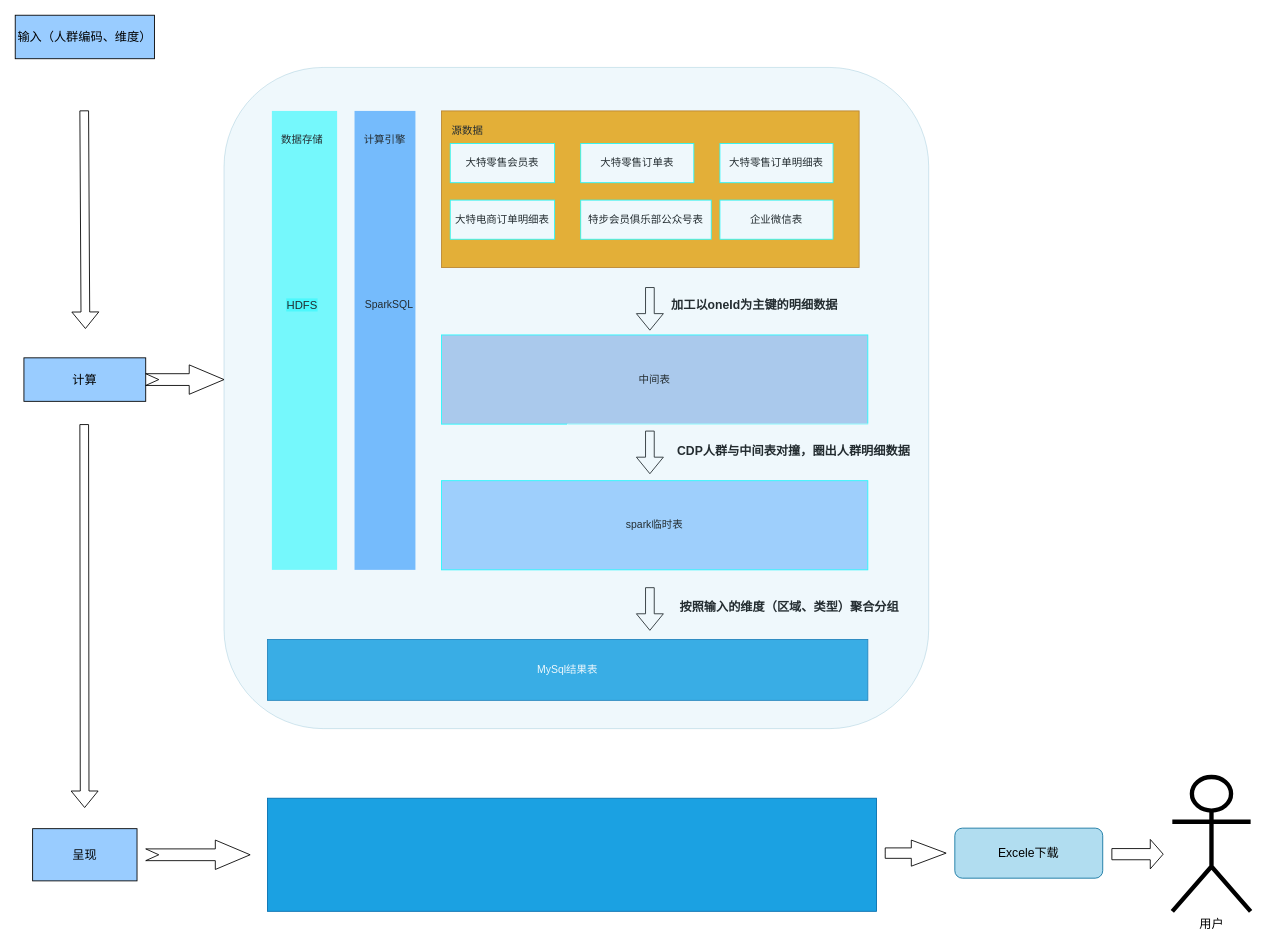
DThadch/draw keeps this draw.io diagram as source/活动.drawio. Above is the earlier version. Source tidied: cells renumbered, new cells numbered last; positions are measured from the earlier drawing's top-left corner, leaving out a move shared by most shapes. Both pictures are drawn from the tidied source at 87%, with x=0, y=0 at pixel (15, 15).
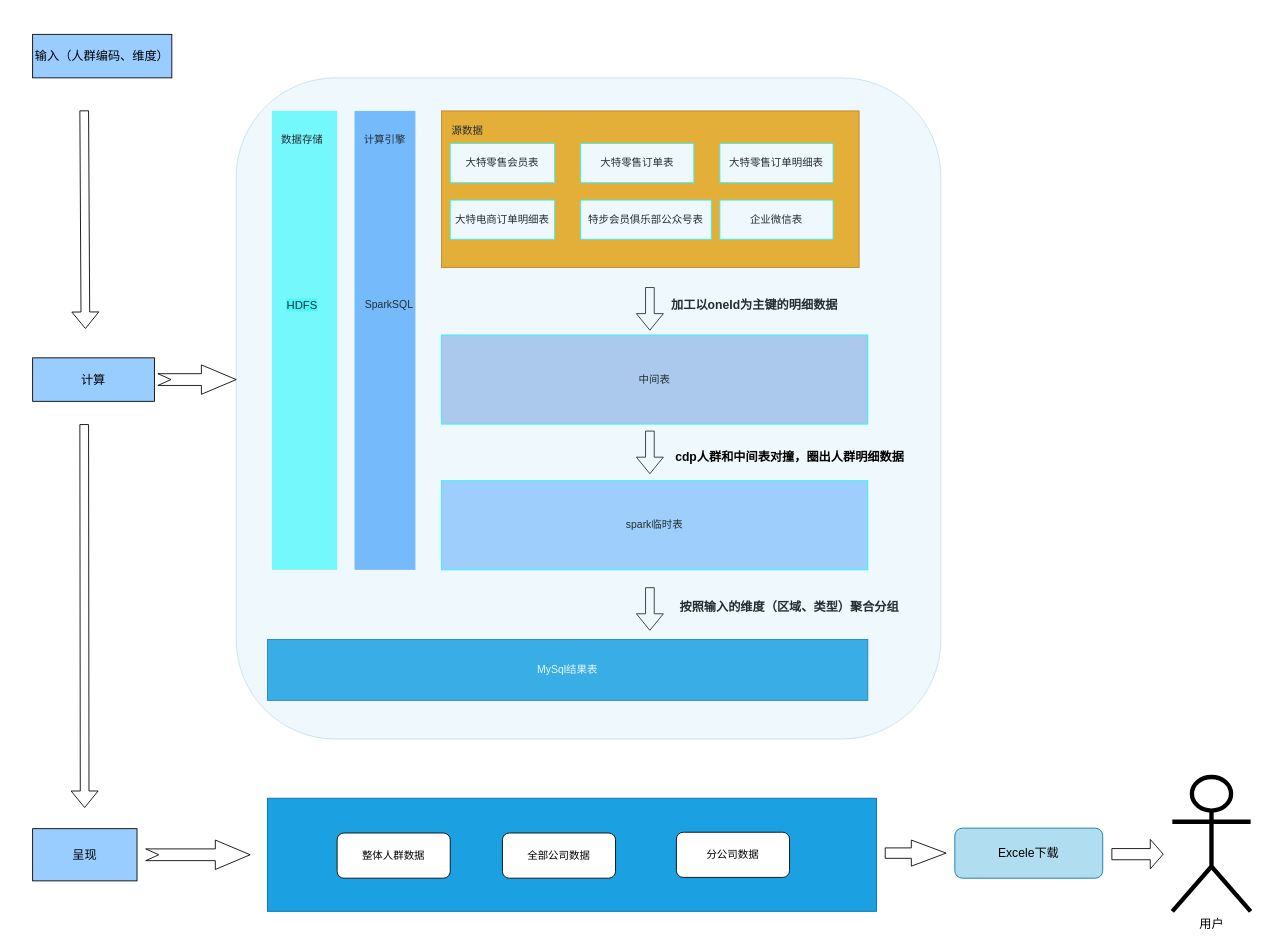
Above is the later version.

The edit, as a diff of the source:
```diff
@@
-    <mxCell id="15" style="rounded=0;whiteSpace=wrap;html=1;labelBackgroundColor=none;strokeColor=#FFFFFF;fontSize=12;fontColor=#000000;fillColor=none;gradientColor=none;" parent="1" vertex="1">
-      <mxGeometry x="635" y="470" width="510" height="52.5" as="geometry" />
-    </mxCell>
@@
-    <mxCell id="23" value="CDP人群与中间表对撞，圈出人群明细数据" style="text;html=1;strokeColor=none;fillColor=none;align=center;verticalAlign=middle;whiteSpace=wrap;rounded=0;fontSize=14;fontColor=#000000;fontStyle=1;" parent="1" vertex="1">
-      <mxGeometry x="760" y="490" width="270" height="22.5" as="geometry" />
-    </mxCell>
@@
     <mxCell id="27" value="输入（人群编码、维度）" style="rounded=0;whiteSpace=wrap;html=1;fontSize=14;fontColor=#000000;fillColor=#99CCFF;" parent="1" vertex="1">
-      <mxGeometry width="160" height="50" as="geometry" />
+      <mxGeometry x="20" y="22" width="160" height="50" as="geometry" />
     </mxCell>
     <mxCell id="28" value="计算" style="rounded=0;whiteSpace=wrap;html=1;fontSize=14;fontColor=#000000;fillColor=#99CCFF;" parent="1" vertex="1">
-      <mxGeometry x="10" y="393.8" width="140" height="50" as="geometry" />
+      <mxGeometry x="20" y="393.8" width="140" height="50" as="geometry" />
     </mxCell>
@@
     <mxCell id="32" style="rounded=1;whiteSpace=wrap;html=1;fontSize=14;fillColor=#b1ddf0;shadow=0;opacity=20;strokeColor=#10739e;" parent="1" vertex="1">
-      <mxGeometry x="240" y="60" width="810" height="760" as="geometry" />
+      <mxGeometry x="254" y="72" width="810" height="760" as="geometry" />
     </mxCell>
@@
     <mxCell id="34" style="html=1;shadow=0;dashed=0;align=center;verticalAlign=middle;shape=mxgraph.arrows2.arrow;dy=0.6;dx=40;notch=15;fontSize=14;fontColor=#000000;fillColor=none;" parent="1" vertex="1">
-      <mxGeometry x="150" y="401.9" width="90" height="33.8" as="geometry" />
+      <mxGeometry x="164" y="401.9" width="90" height="33.8" as="geometry" />
     </mxCell>
@@
+    <mxCell id="39" value="整体人群数据" style="rounded=1;whiteSpace=wrap;html=1;" parent="1" vertex="1">
+      <mxGeometry x="370" y="940" width="130" height="51.9" as="geometry" />
+    </mxCell>
+    <mxCell id="40" value="全部公司数据" style="rounded=1;whiteSpace=wrap;html=1;" parent="1" vertex="1">
+      <mxGeometry x="560" y="940" width="130" height="51.9" as="geometry" />
+    </mxCell>
+    <mxCell id="41" value="分公司数据" style="rounded=1;whiteSpace=wrap;html=1;" parent="1" vertex="1">
+      <mxGeometry x="760" y="939.1" width="130" height="51.9" as="geometry" />
+    </mxCell>
+    <mxCell id="42" value="cdp人群和中间表对撞，圈出人群明细数据" style="text;html=1;strokeColor=none;fillColor=none;align=center;verticalAlign=middle;whiteSpace=wrap;rounded=0;fontColor=#000000;fontStyle=1;fontSize=14;" parent="1" vertex="1">
+      <mxGeometry x="755" y="503" width="271" height="10" as="geometry" />
+    </mxCell>
```
